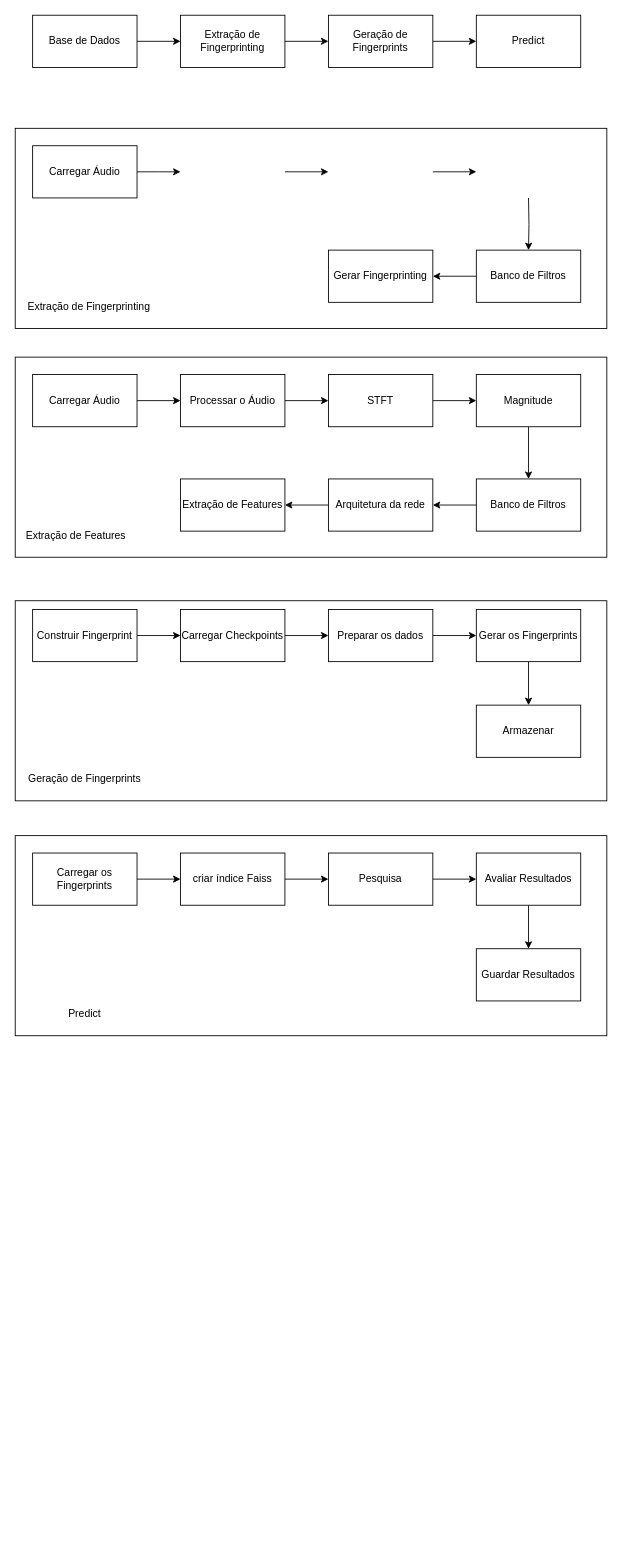
Above: Drawio/Project-mainView.drawio in Rodrigo29Almeida/neural-audio-fp (draw.io), before the change. Source tidied: cells renumbered, new cells numbered last; positions are measured from the earlier drawing's top-left corner, leaving out a move shared by most shapes. Both pictures are drawn from the tidied source at 87%, with x=0, y=0 at pixel (15, 15).
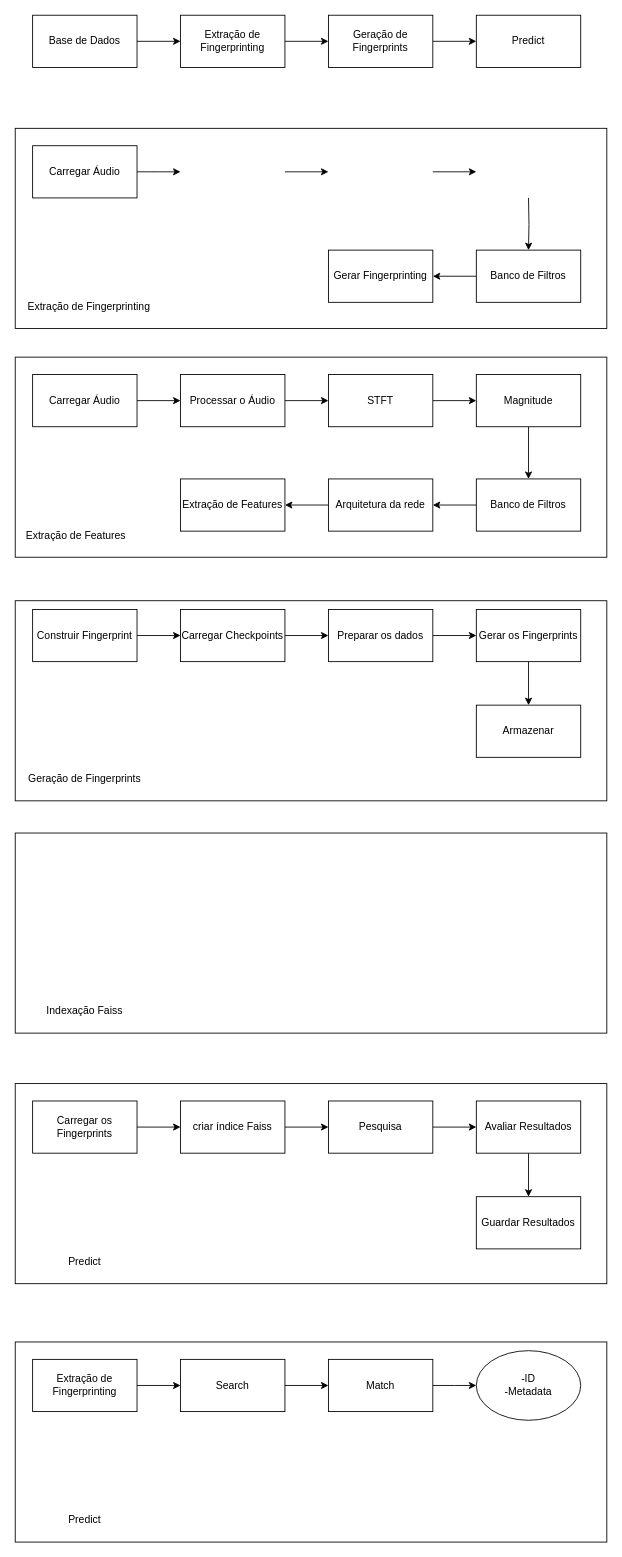
The same diagram, later.

The edit, as a diff of the source:
```diff
@@
     <mxCell id="33" style="rounded=0;whiteSpace=wrap;html=1;" parent="1" vertex="1">
-      <mxGeometry y="943" width="680" height="230" as="geometry" />
+      <mxGeometry y="1228" width="680" height="230" as="geometry" />
     </mxCell>
@@
     <mxCell id="35" value="Carregar os Fingerprints" style="rounded=0;whiteSpace=wrap;html=1;" parent="1" vertex="1">
-      <mxGeometry x="20" y="963" width="120" height="60" as="geometry" />
+      <mxGeometry x="20" y="1248" width="120" height="60" as="geometry" />
     </mxCell>
@@
     <mxCell id="37" value="criar índice Faiss" style="rounded=0;whiteSpace=wrap;html=1;" parent="1" vertex="1">
-      <mxGeometry x="190" y="963" width="120" height="60" as="geometry" />
+      <mxGeometry x="190" y="1248" width="120" height="60" as="geometry" />
     </mxCell>
@@
     <mxCell id="39" value="Pesquisa" style="rounded=0;whiteSpace=wrap;html=1;" parent="1" vertex="1">
-      <mxGeometry x="360" y="963" width="120" height="60" as="geometry" />
+      <mxGeometry x="360" y="1248" width="120" height="60" as="geometry" />
     </mxCell>
@@
     <mxCell id="41" value="Avaliar Resultados" style="rounded=0;whiteSpace=wrap;html=1;" parent="1" vertex="1">
-      <mxGeometry x="530" y="963" width="120" height="60" as="geometry" />
+      <mxGeometry x="530" y="1248" width="120" height="60" as="geometry" />
     </mxCell>
     <mxCell id="42" value="Guardar Resultados" style="rounded=0;whiteSpace=wrap;html=1;" parent="1" vertex="1">
-      <mxGeometry x="530" y="1073" width="120" height="60" as="geometry" />
+      <mxGeometry x="530" y="1358" width="120" height="60" as="geometry" />
     </mxCell>
@@
     <mxCell id="45" value="Predict" style="text;html=1;align=center;verticalAlign=middle;whiteSpace=wrap;rounded=0;" parent="1" vertex="1">
-      <mxGeometry x="10" y="1133" width="140" height="30" as="geometry" />
+      <mxGeometry x="10" y="1418" width="140" height="30" as="geometry" />
     </mxCell>
@@
+    <mxCell id="56" style="rounded=0;whiteSpace=wrap;html=1;" parent="1" vertex="1">
+      <mxGeometry y="1525" width="680" height="230" as="geometry" />
+    </mxCell>
+    <mxCell id="57" style="edgeStyle=orthogonalEdgeStyle;rounded=0;jettySize=auto;html=1;" parent="1" edge="1" source="58" target="60">
+      <mxGeometry relative="1" as="geometry" />
+    </mxCell>
+    <mxCell id="58" value="Extração de Fingerprinting" style="rounded=0;whiteSpace=wrap;html=1;" parent="1" vertex="1">
+      <mxGeometry x="20" y="1545" width="120" height="60" as="geometry" />
+    </mxCell>
+    <mxCell id="59" style="edgeStyle=orthogonalEdgeStyle;rounded=0;jettySize=auto;html=1;" parent="1" edge="1" source="60" target="62">
+      <mxGeometry relative="1" as="geometry" />
+    </mxCell>
+    <mxCell id="60" value="Search" style="rounded=0;whiteSpace=wrap;html=1;" parent="1" vertex="1">
+      <mxGeometry x="190" y="1545" width="120" height="60" as="geometry" />
+    </mxCell>
+    <mxCell id="61" style="edgeStyle=orthogonalEdgeStyle;rounded=0;jettySize=auto;html=1;" parent="1" edge="1" source="62">
+      <mxGeometry relative="1" as="geometry">
+        <mxPoint x="530" y="1575" as="targetPoint" />
+      </mxGeometry>
+    </mxCell>
+    <mxCell id="62" value="Match" style="rounded=0;whiteSpace=wrap;html=1;" parent="1" vertex="1">
+      <mxGeometry x="360" y="1545" width="120" height="60" as="geometry" />
+    </mxCell>
+    <mxCell id="63" value="Predict" style="text;html=1;align=center;verticalAlign=middle;whiteSpace=wrap;rounded=0;" parent="1" vertex="1">
+      <mxGeometry x="10" y="1715" width="140" height="30" as="geometry" />
+    </mxCell>
+    <mxCell id="64" style="rounded=0;whiteSpace=wrap;html=1;" parent="1" vertex="1">
+      <mxGeometry y="940" width="680" height="230" as="geometry" />
+    </mxCell>
+    <mxCell id="65" value="Indexação Faiss" style="text;html=1;align=center;verticalAlign=middle;whiteSpace=wrap;rounded=0;" parent="1" vertex="1">
+      <mxGeometry x="10" y="1130" width="140" height="30" as="geometry" />
+    </mxCell>
+    <mxCell id="66" value="-ID&lt;div&gt;-Metadata&lt;/div&gt;" style="ellipse;whiteSpace=wrap;html=1;" parent="1" vertex="1">
+      <mxGeometry x="530" y="1535" width="120" height="80" as="geometry" />
+    </mxCell>
```
